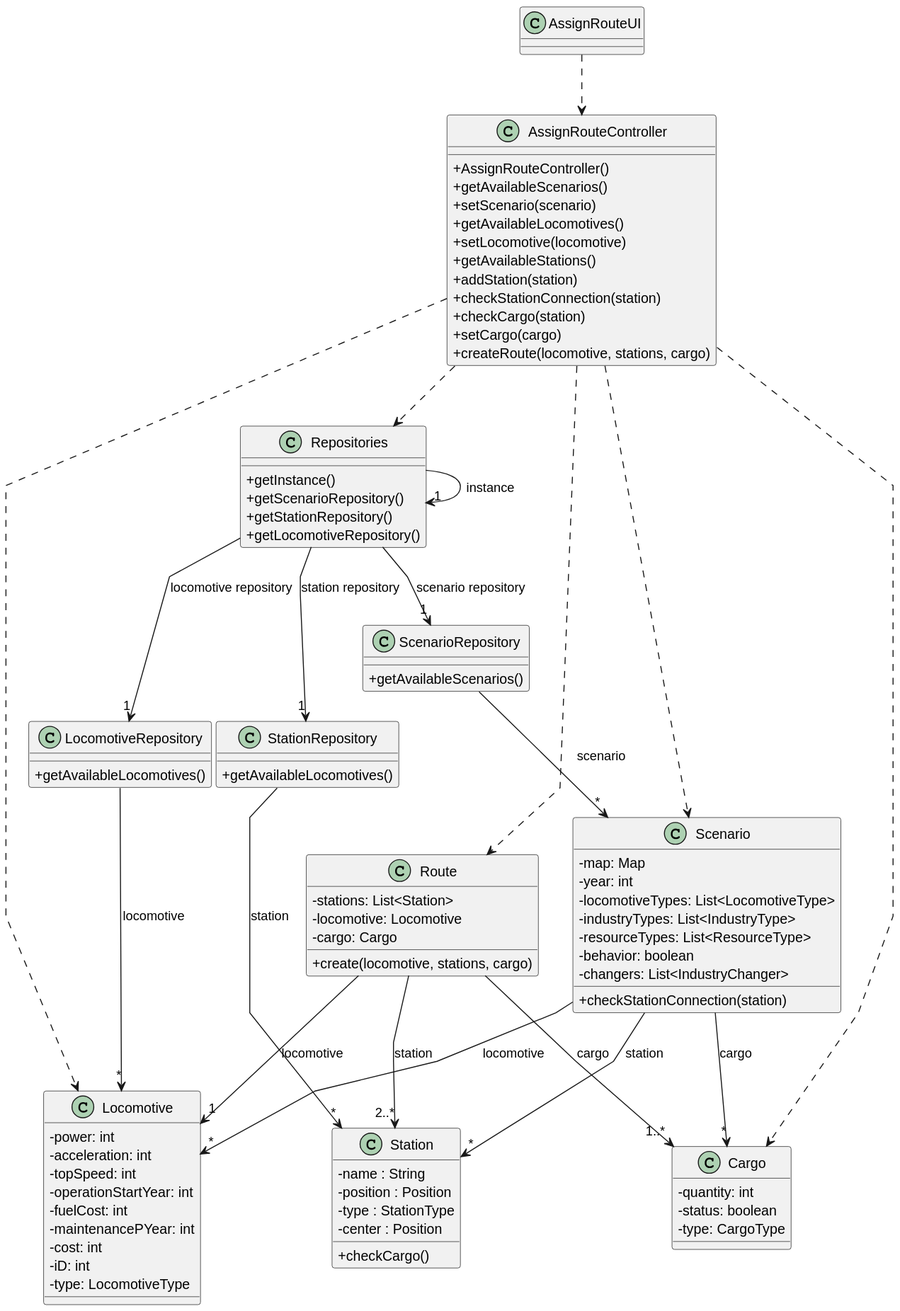
Before: Sprint2/US010/03.design/svg/US010-CD.svg, a diagram exported from PlantUML (1240935/pi2-railway-simulator).
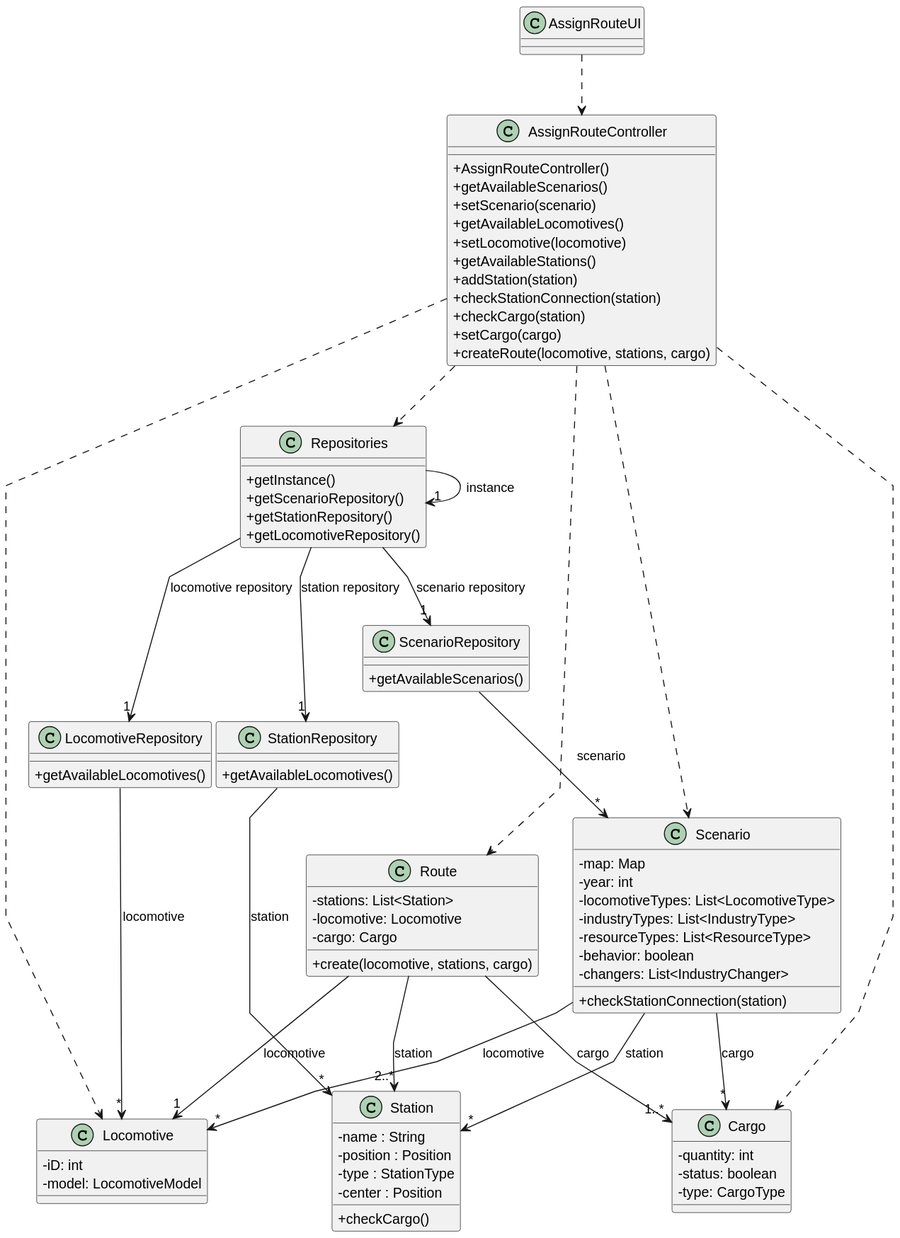
The same diagram one commit later.

The edit, as a diff of the source:
```diff
@@ -70,15 +70,8 @@
 }
 
 class Locomotive {
-  -power: int
-  -acceleration: int
-  -topSpeed: int
-  -operationStartYear: int
-  -fuelCost: int
-  -maintenancePYear: int
-  -cost: int
   -iD: int
-  -type: LocomotiveType
+  -model: LocomotiveModel
 }
 
 class Cargo {
```
